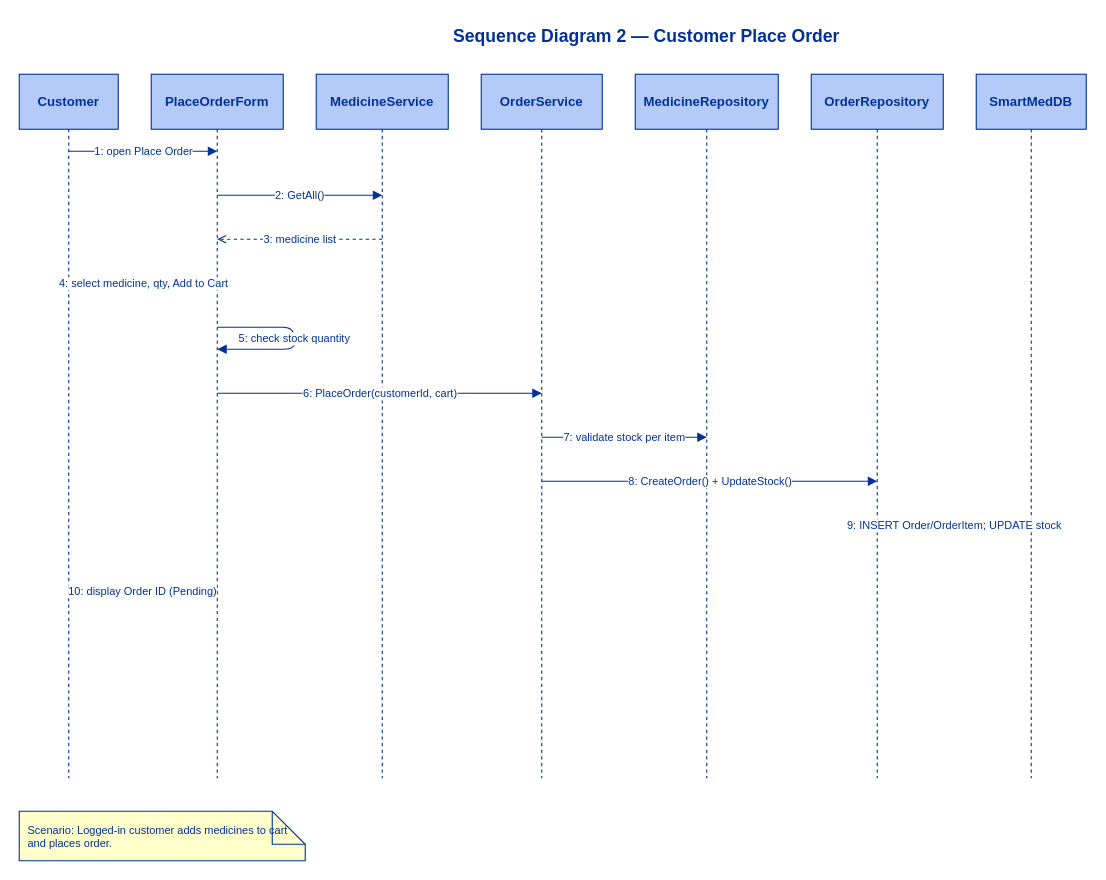
Earlier version of the draw.io diagram page "SD2 - Place Order" (2 of 3) of Docs/Diagrams/Sequence.drawio (MNSBaanu/SmartMed). Source tidied: cells renumbered, new cells numbered last; positions are measured from the earlier drawing's top-left corner, leaving out a move shared by most shapes. Both pictures are drawn from the tidied source at 110%, with x=0, y=0 at pixel (19, 19).
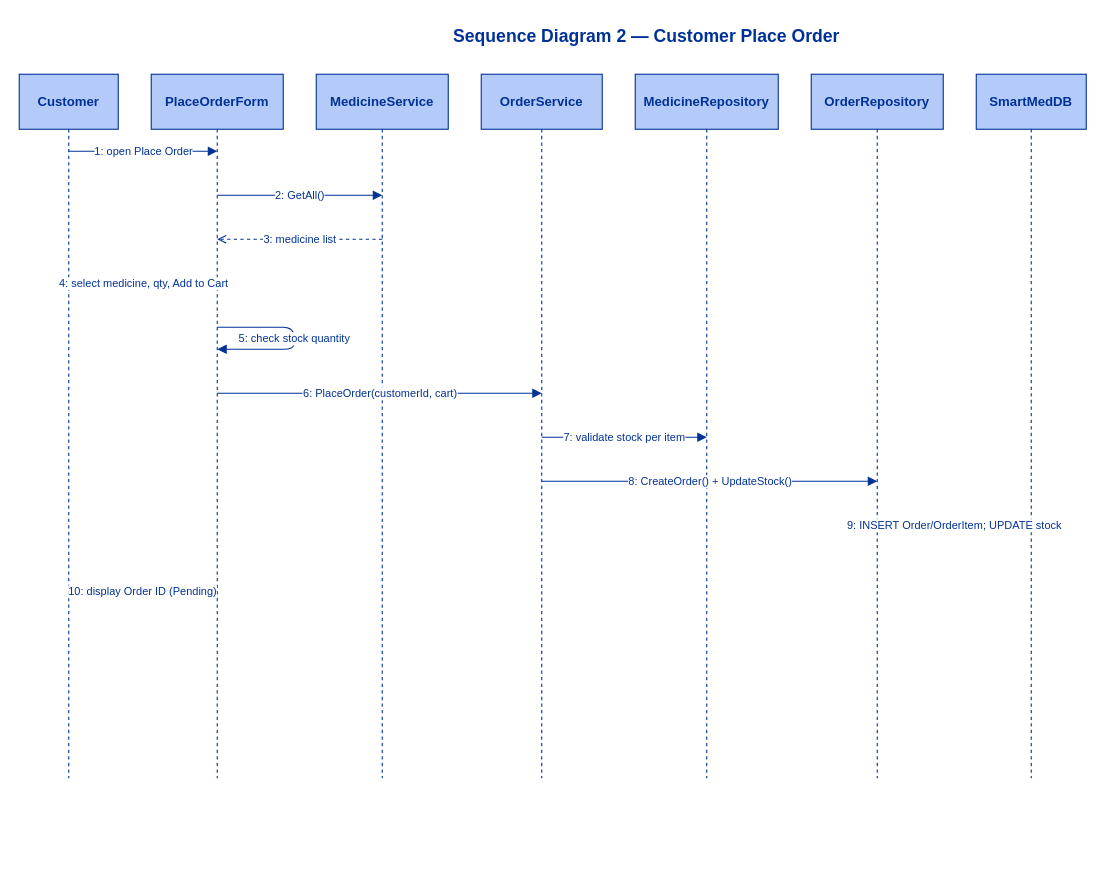
The same page after the edit.

Change to the diagram source:
```diff
@@
-    <mxCell id="20" value="Scenario: Logged-in customer adds medicines to cart and places order." style="shape=note;whiteSpace=wrap;html=1;backgroundOutline=1;strokeColor=#003296;fillColor=#ffffcc;fontColor=#003296;fontFamily=Helvetica;fontSize=10;align=left;spacingLeft=6;" parent="1" vertex="1">
-      <mxGeometry y="720" width="260" height="45" as="geometry" />
-    </mxCell>
```
